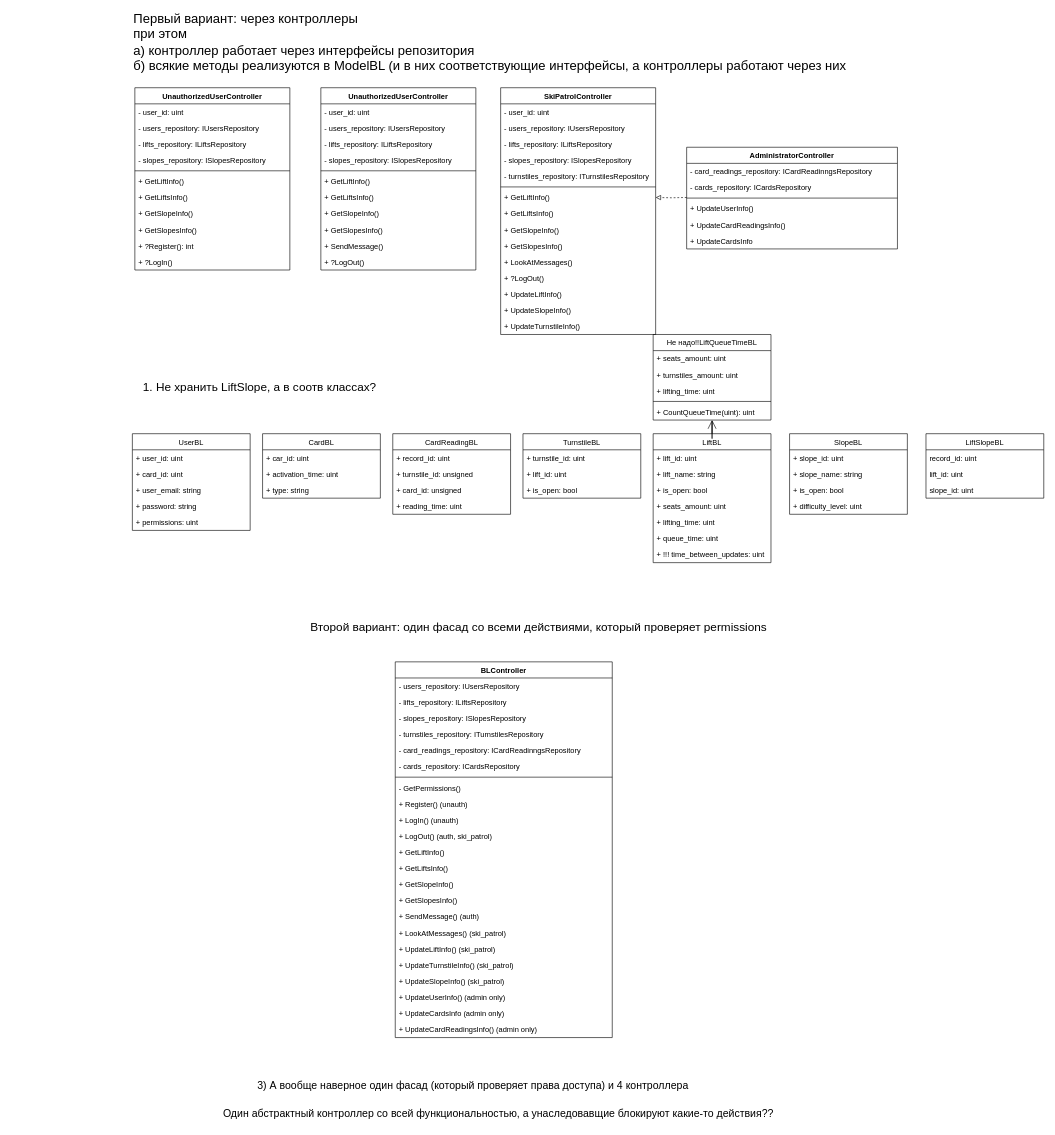
The draw.io diagram docs/imgs/uml/buisiness_logic1.drawio in alena-zayts/BMSTU_6sem_software_design, before the edit. Source tidied: cells renumbered, new cells numbered last; positions are measured from the earlier drawing's top-left corner, leaving out a move shared by most shapes. Both pictures are drawn from the tidied source at 62%, with x=0, y=0 at pixel (132, 11).
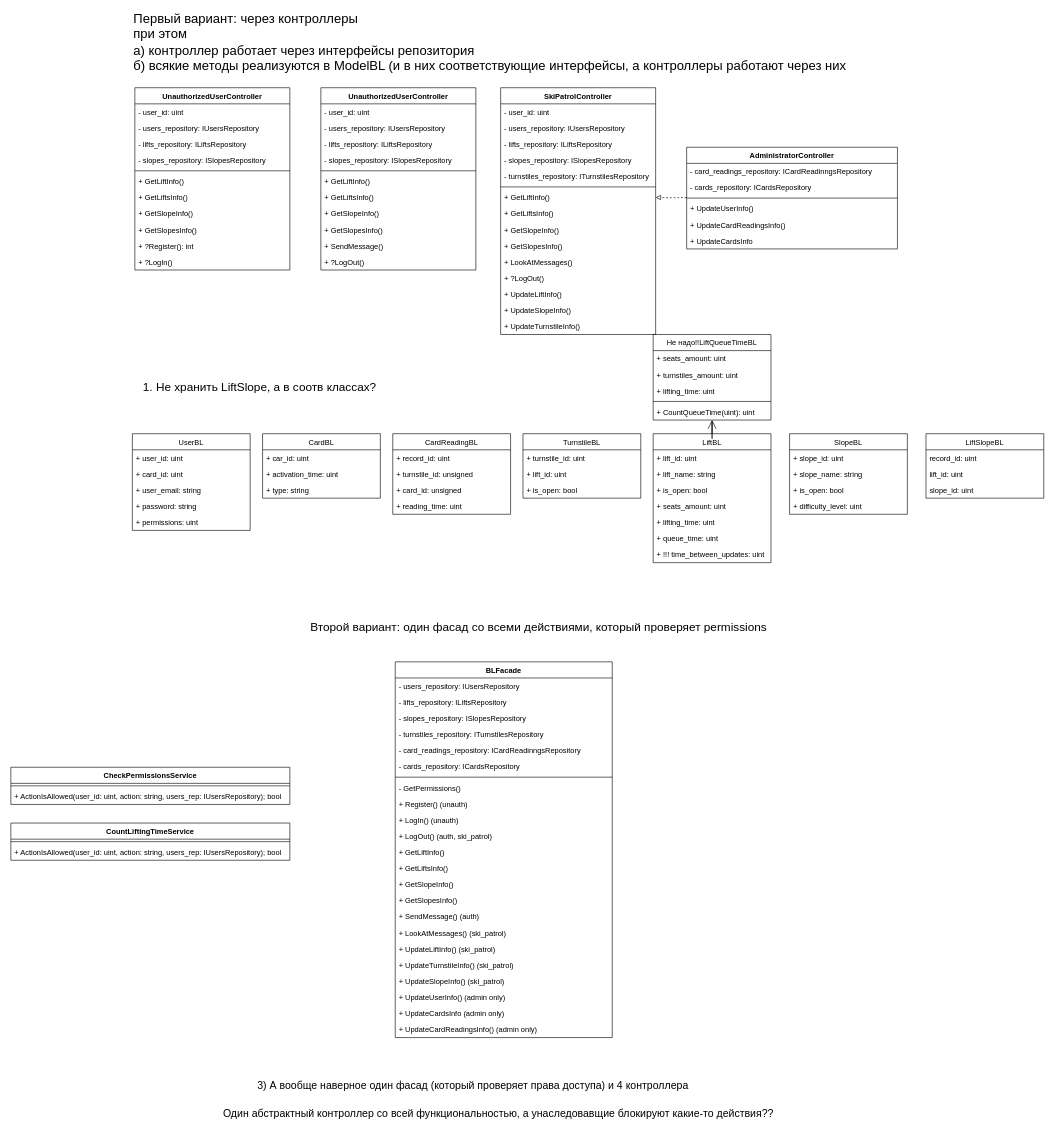
The same page after the edit.

Change to the diagram source:
```diff
@@
-    <mxCell id="96" value="BLController" style="swimlane;fontStyle=1;align=center;verticalAlign=top;horizontal=1;startSize=26;" parent="1" vertex="1">
+    <mxCell id="96" value="BLFacade" style="swimlane;fontStyle=1;align=center;verticalAlign=top;horizontal=1;startSize=26;" parent="1" vertex="1">
       <mxGeometry x="424" y="1050" width="350" height="606" as="geometry" />
     </mxCell>
@@
+    <mxCell id="122" value="CheckPermissionsService" style="swimlane;fontStyle=1;align=center;verticalAlign=top;horizontal=1;startSize=26;" parent="1" vertex="1">
+      <mxGeometry x="-196" y="1220" width="450" height="60" as="geometry" />
+    </mxCell>
+    <mxCell id="123" style="line;strokeWidth=1;fillColor=none;align=left;verticalAlign=middle;spacingTop=-1;spacingLeft=3;spacingRight=3;labelPosition=right;" parent="122" vertex="1">
+      <mxGeometry y="26" width="450" height="8" as="geometry" />
+    </mxCell>
+    <mxCell id="124" value="+ ActionIsAllowed(user_id: uint, action: string, users_rep: IUsersRepository); bool" style="text;strokeColor=none;fillColor=none;align=left;verticalAlign=top;spacingLeft=4;spacingRight=4;overflow=hidden;" parent="122" vertex="1">
+      <mxGeometry y="34" width="450" height="26" as="geometry" />
+    </mxCell>
+    <mxCell id="125" value="CountLiftingTimeService" style="swimlane;fontStyle=1;align=center;verticalAlign=top;horizontal=1;startSize=26;" parent="1" vertex="1">
+      <mxGeometry x="-196" y="1310" width="450" height="60" as="geometry" />
+    </mxCell>
+    <mxCell id="126" style="line;strokeWidth=1;fillColor=none;align=left;verticalAlign=middle;spacingTop=-1;spacingLeft=3;spacingRight=3;labelPosition=right;" parent="125" vertex="1">
+      <mxGeometry y="26" width="450" height="8" as="geometry" />
+    </mxCell>
+    <mxCell id="127" value="+ ActionIsAllowed(user_id: uint, action: string, users_rep: IUsersRepository); bool" style="text;strokeColor=none;fillColor=none;align=left;verticalAlign=top;spacingLeft=4;spacingRight=4;overflow=hidden;" parent="125" vertex="1">
+      <mxGeometry y="34" width="450" height="26" as="geometry" />
+    </mxCell>
```
